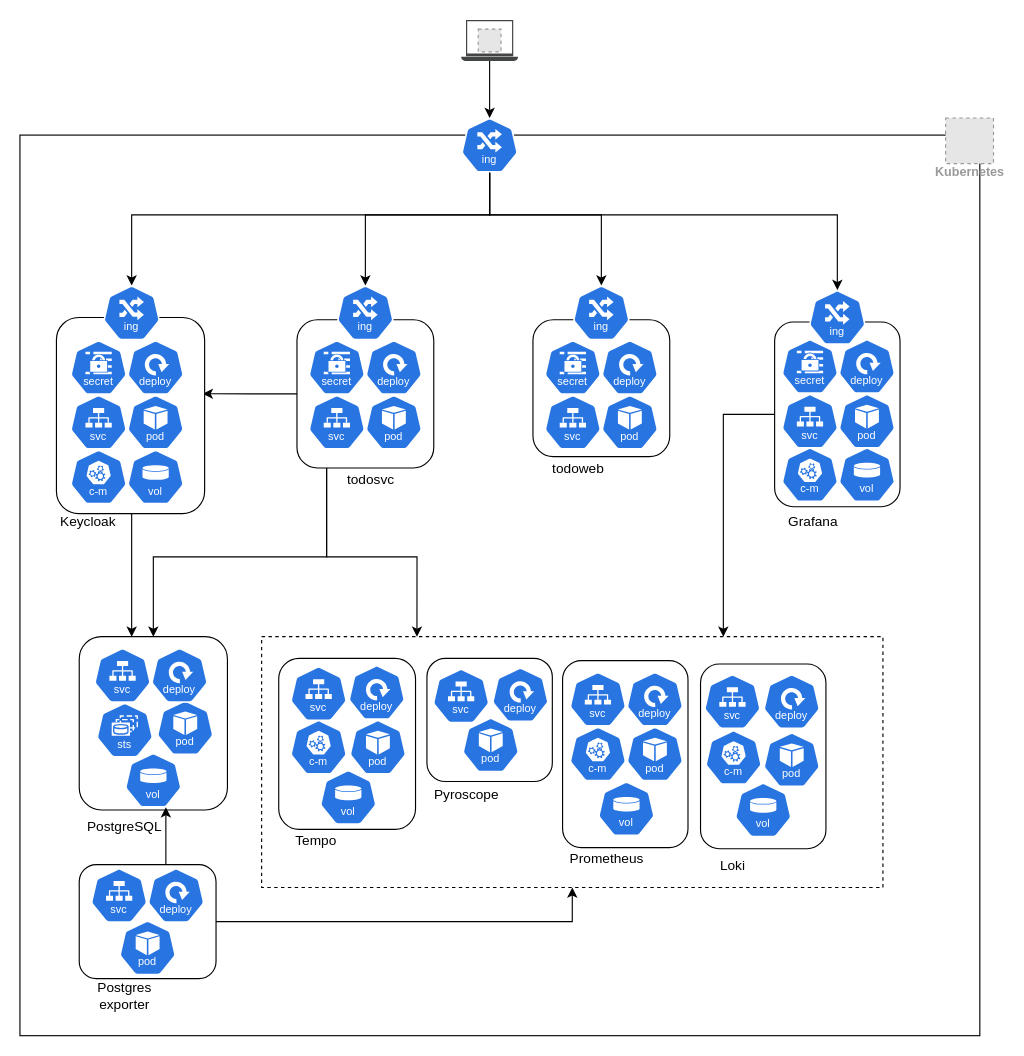
This is page "Page-2" (2 of 2) of docs/arch.drawio from andrescosta/todo-spring-react, a draw.io file, before an edit. Source tidied: cells renumbered, new cells numbered last; positions are measured from the earlier drawing's top-left corner, leaving out a move shared by most shapes. Both pictures are drawn from the tidied source at 114%, with x=0, y=0 at pixel (19, 19). Pictures stored in the file or linked from it are replaced by grey dashed boxes.
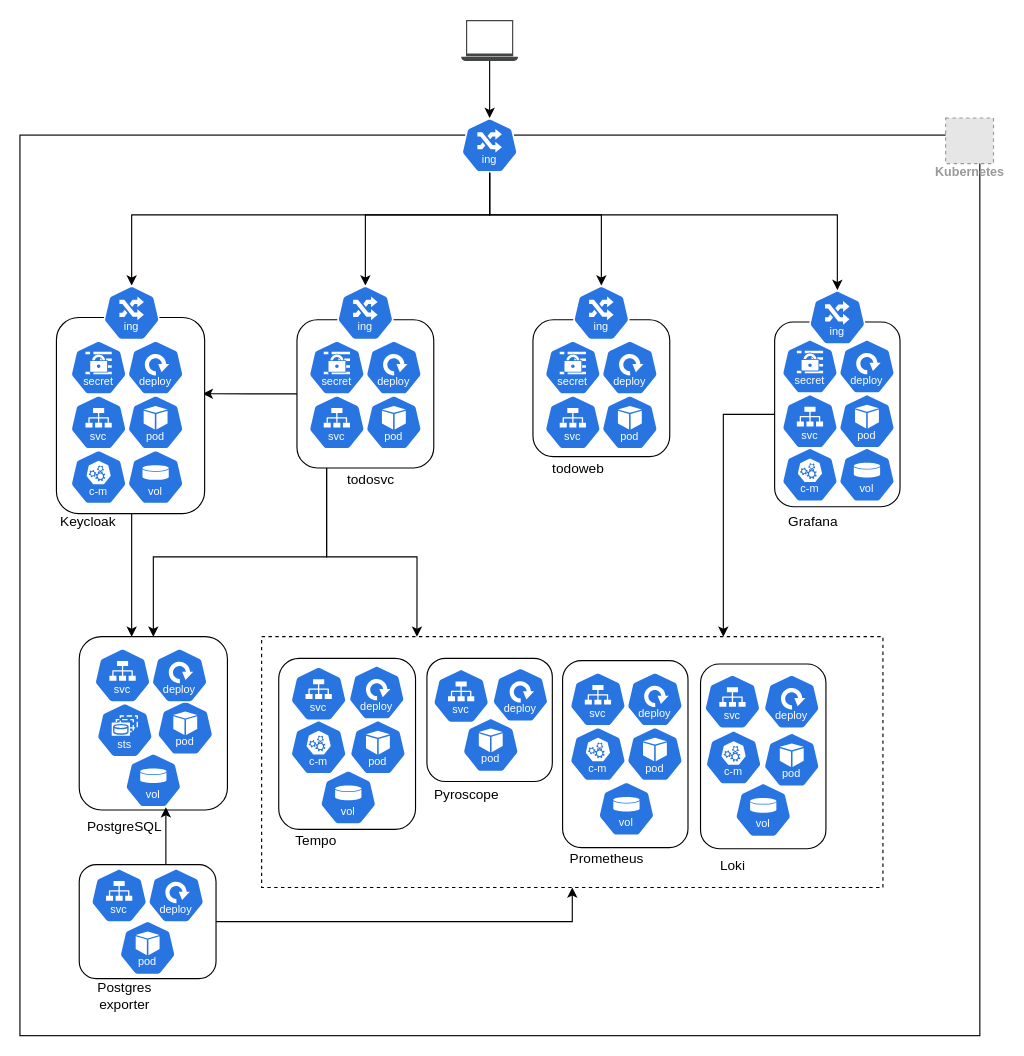
After the change.

Unchanged cells that the change refers to:
```xml
<mxCell id="74" style="sketch=0;html=1;dashed=0;whitespace=wrap;fillColor=#2875E2;strokeColor=#ffffff;points=[[0.005,0.63,0],[0.1,0.2,0],[0.9,0.2,0],[0.5,0,0],[0.995,0.63,0],[0.72,0.99,0],[0.5,1,0],[0.28,0.99,0]];shape=mxgraph.kubernetes.icon2;kubernetesLabel=1;prIcon=ing;" parent="1" vertex="1">
  <mxGeometry x="387" y="86" width="50" height="48" as="geometry" />
</mxCell>
```

What changed in the source:
```diff
@@
-    <mxCell id="96" style="group;" parent="1" vertex="1">
-      <mxGeometry x="387" width="50" height="36" as="geometry" />
-    </mxCell>
+    <mxCell id="99" style="edgeStyle=orthogonalEdgeStyle;rounded=0;jettySize=auto;html=1;" parent="1" edge="1" source="97" target="74">
+      <mxGeometry relative="1" as="geometry" />
+    </mxCell>
-    <mxCell id="97" style="sketch=0;shadow=0;dashed=0;html=1;strokeColor=none;fillColor=#434445;labelPosition=center;verticalLabelPosition=bottom;verticalAlign=top;align=center;outlineConnect=0;shape=mxgraph.vvd.laptop;" parent="96" vertex="1">
-      <mxGeometry width="50" height="36" as="geometry" />
+    <mxCell id="97" style="sketch=0;shadow=0;dashed=0;html=1;strokeColor=none;fillColor=#434445;labelPosition=center;verticalLabelPosition=bottom;verticalAlign=top;align=center;outlineConnect=0;shape=mxgraph.vvd.laptop;" parent="1" vertex="1">
+      <mxGeometry x="387" width="50" height="36" as="geometry" />
     </mxCell>
-    <mxCell id="98" style="fillColor=#E6E6E6;strokeColor=#999999;dashed=1;verticalLabelPosition=bottom;labelBackgroundColor=default;verticalAlign=top;" parent="96" vertex="1">
-      <mxGeometry x="15" y="8" width="20" height="20" as="geometry" />
-    </mxCell>
-    <mxCell id="99" style="edgeStyle=orthogonalEdgeStyle;rounded=0;jettySize=auto;html=1;" parent="1" edge="1" source="97" target="74">
-      <mxGeometry relative="1" as="geometry" />
-    </mxCell>
```
